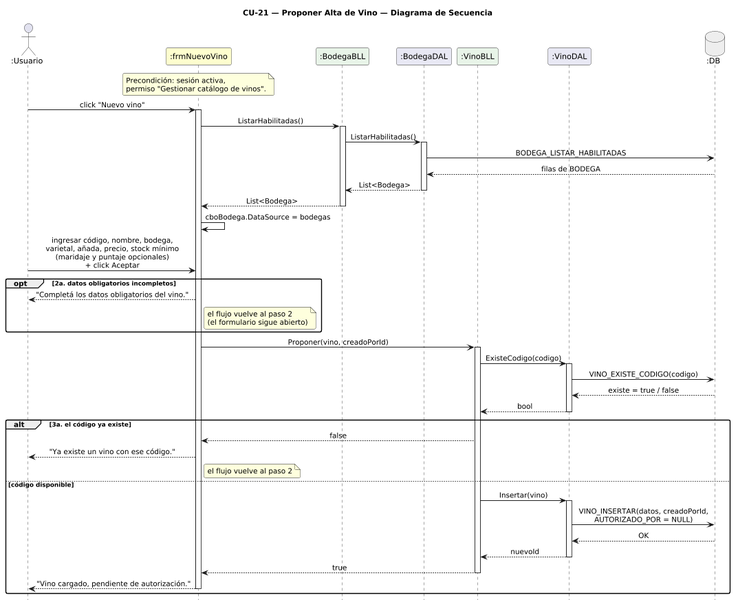
Jesifu/club-de-vinos-td keeps this PlantUML diagram as DIAGRAMAS/DiagramaSecuencia_CU21_ProponerAltaVino.png. Above is the earlier version.
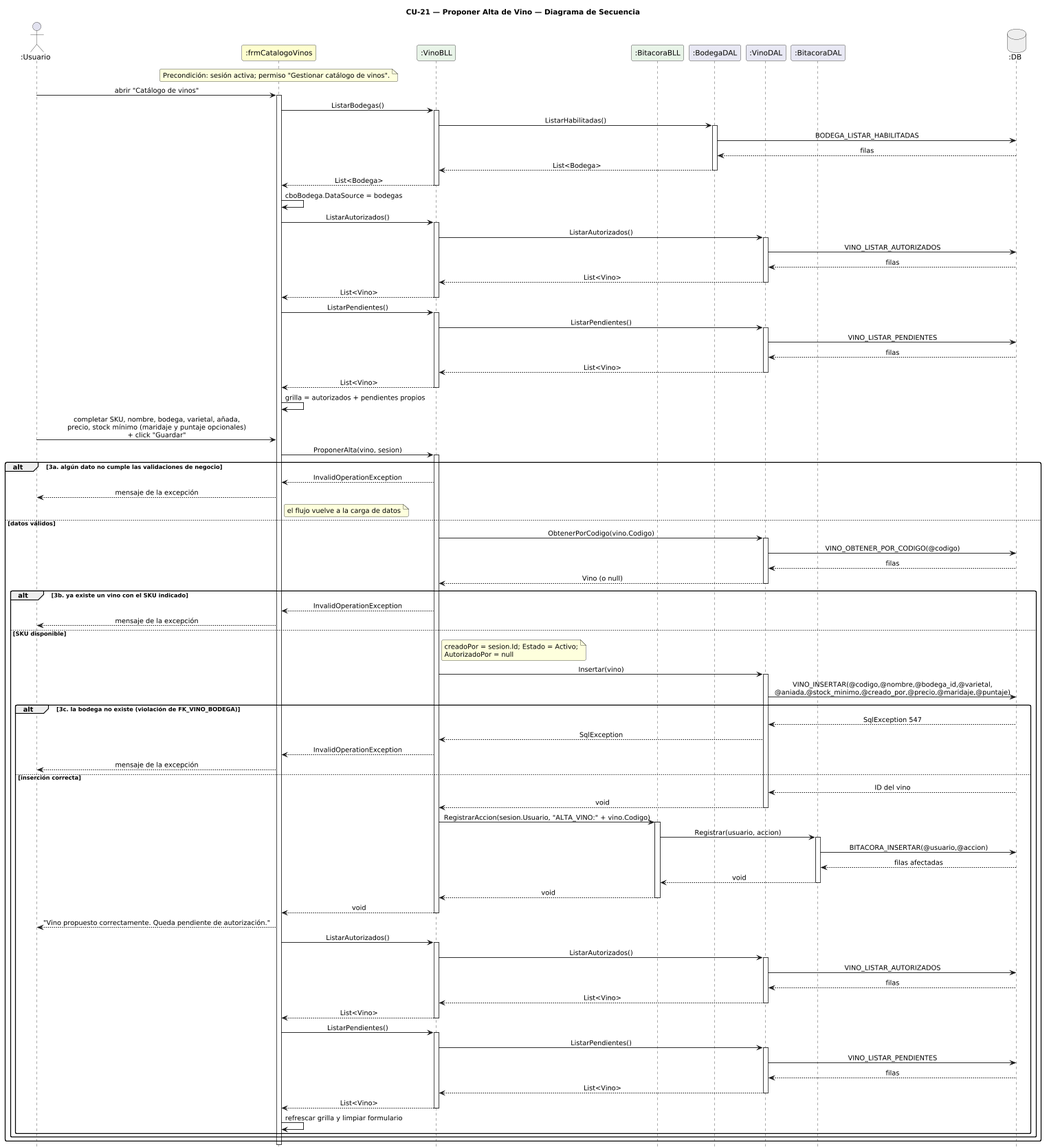
The same file after the commit.

Change to the diagram source:
```diff
@@ -7,66 +7,130 @@
 skinparam sequenceArrowThickness 1.2
 skinparam sequenceMessageAlign center
 hide footbox
-scale 0.8
+scale 0.75
 
-actor       ":Usuario"           as U
-participant ":frmNuevoVino"      as FN #FEFECE
-participant ":BodegaBLL"         as BB #E8F4E8
-participant ":BodegaDAL"         as BD #E8E8F4
-participant ":VinoBLL"           as VB #E8F4E8
-participant ":VinoDAL"           as VD #E8E8F4
-database    ":DB"                as DB #EEEEEE
+actor       ":Usuario"             as U
+participant ":frmCatalogoVinos"    as FC #FEFECE
+participant ":VinoBLL"             as VB #E8F4E8
+participant ":BitacoraBLL"         as BB #E8F4E8
+participant ":BodegaDAL"           as BD #E8E8F4
+participant ":VinoDAL"             as VD #E8E8F4
+participant ":BitacoraDAL"         as TD #E8E8F4
+database    ":DB"                  as DB #EEEEEE
 
-note over FN
-  Precondición: sesión activa,
-  permiso "Gestionar catálogo de vinos".
+note over FC
+  Precondición: sesión activa; permiso "Gestionar catálogo de vinos".
 end note
 
-U -> FN : click "Nuevo vino"
-activate FN
-FN -> BB : ListarHabilitadas()
-activate BB
-BB -> BD : ListarHabilitadas()
+U -> FC : abrir "Catálogo de vinos"
+activate FC
+FC -> VB : ListarBodegas()
+activate VB
+VB -> BD : ListarHabilitadas()
 activate BD
 BD -> DB : BODEGA_LISTAR_HABILITADAS
-DB --> BD : filas de BODEGA
-BD --> BB : List<Bodega>
+DB --> BD : filas
+BD --> VB : List<Bodega>
 deactivate BD
-BB --> FN : List<Bodega>
-deactivate BB
-FN -> FN : cboBodega.DataSource = bodegas
+VB --> FC : List<Bodega>
+deactivate VB
+FC -> FC : cboBodega.DataSource = bodegas
 
-U -> FN : ingresar código, nombre, bodega,\nvarietal, añada, precio, stock mínimo\n(maridaje y puntaje opcionales)\n+ click Aceptar
+FC -> VB : ListarAutorizados()
+activate VB
+VB -> VD : ListarAutorizados()
+activate VD
+VD -> DB : VINO_LISTAR_AUTORIZADOS
+DB --> VD : filas
+VD --> VB : List<Vino>
+deactivate VD
+VB --> FC : List<Vino>
+deactivate VB
 
-opt 2a. datos obligatorios incompletos
-  FN --> U : "Completá los datos obligatorios del vino."
-  note right of FN : el flujo vuelve al paso 2\n(el formulario sigue abierto)
+FC -> VB : ListarPendientes()
+activate VB
+VB -> VD : ListarPendientes()
+activate VD
+VD -> DB : VINO_LISTAR_PENDIENTES
+DB --> VD : filas
+VD --> VB : List<Vino>
+deactivate VD
+VB --> FC : List<Vino>
+deactivate VB
+FC -> FC : grilla = autorizados + pendientes propios
+
+U -> FC : completar SKU, nombre, bodega, varietal, añada,\nprecio, stock mínimo (maridaje y puntaje opcionales)\n+ click "Guardar"
+FC -> VB : ProponerAlta(vino, sesion)
+activate VB
+
+alt 3a. algún dato no cumple las validaciones de negocio
+  VB --> FC : InvalidOperationException
+  FC --> U : mensaje de la excepción
+  note right of FC : el flujo vuelve a la carga de datos
+else datos válidos
+  VB -> VD : ObtenerPorCodigo(vino.Codigo)
+  activate VD
+  VD -> DB : VINO_OBTENER_POR_CODIGO(@codigo)
+  DB --> VD : filas
+  VD --> VB : Vino (o null)
+  deactivate VD
+
+  alt 3b. ya existe un vino con el SKU indicado
+    VB --> FC : InvalidOperationException
+    FC --> U : mensaje de la excepción
+  else SKU disponible
+    note right of VB : creadoPor = sesion.Id; Estado = Activo;\nAutorizadoPor = null
+    VB -> VD : Insertar(vino)
+    activate VD
+    VD -> DB : VINO_INSERTAR(@codigo,@nombre,@bodega_id,@varietal,\n@aniada,@stock_minimo,@creado_por,@precio,@maridaje,@puntaje)
+
+    alt 3c. la bodega no existe (violación de FK_VINO_BODEGA)
+      DB --> VD : SqlException 547
+      VD --> VB : SqlException
+      VB --> FC : InvalidOperationException
+      FC --> U : mensaje de la excepción
+    else inserción correcta
+      DB --> VD : ID del vino
+      VD --> VB : void
+      deactivate VD
+      VB -> BB : RegistrarAccion(sesion.Usuario, "ALTA_VINO:" + vino.Codigo)
+      activate BB
+      BB -> TD : Registrar(usuario, accion)
+      activate TD
+      TD -> DB : BITACORA_INSERTAR(@usuario,@accion)
+      DB --> TD : filas afectadas
+      TD --> BB : void
+      deactivate TD
+      BB --> VB : void
+      deactivate BB
+      VB --> FC : void
+      deactivate VB
+      FC --> U : "Vino propuesto correctamente. Queda pendiente de autorización."
+
+      FC -> VB : ListarAutorizados()
+      activate VB
+      VB -> VD : ListarAutorizados()
+      activate VD
+      VD -> DB : VINO_LISTAR_AUTORIZADOS
+      DB --> VD : filas
+      VD --> VB : List<Vino>
+      deactivate VD
+      VB --> FC : List<Vino>
+      deactivate VB
+      FC -> VB : ListarPendientes()
+      activate VB
+      VB -> VD : ListarPendientes()
+      activate VD
+      VD -> DB : VINO_LISTAR_PENDIENTES
+      DB --> VD : filas
+      VD --> VB : List<Vino>
+      deactivate VD
+      VB --> FC : List<Vino>
+      deactivate VB
+      FC -> FC : refrescar grilla y limpiar formulario
+    end
+  end
 end
-
-FN -> VB : Proponer(vino, creadoPorId)
-activate VB
-VB -> VD : ExisteCodigo(codigo)
-activate VD
-VD -> DB : VINO_EXISTE_CODIGO(codigo)
-DB --> VD : existe = true / false
-VD --> VB : bool
-deactivate VD
-
-alt 3a. el código ya existe
-  VB --> FN : false
-  FN --> U : "Ya existe un vino con ese código."
-  note right of FN : el flujo vuelve al paso 2
-else código disponible
-  VB -> VD : Insertar(vino)
-  activate VD
-  VD -> DB : VINO_INSERTAR(datos, creadoPorId,\nAUTORIZADO_POR = NULL)
-  DB --> VD : OK
-  VD --> VB : nuevoId
-  deactivate VD
-  VB --> FN : true
-  deactivate VB
-  FN --> U : "Vino cargado, pendiente de autorización."
-  deactivate FN
-end
+deactivate FC
 
 @enduml
```
